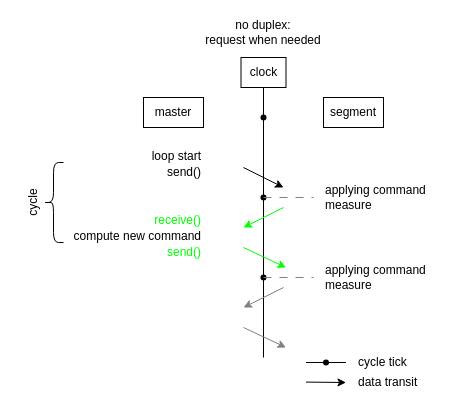
Before: page "cycle-exchange-noduplex" (11 of 13) of schemes.drawio in jimy-byerley/etherage, a draw.io diagram. Source tidied: cells renumbered, new cells numbered last; positions are measured from the earlier drawing's top-left corner, leaving out a move shared by most shapes. Both pictures are drawn from the tidied source at 100%, with x=0, y=0 at pixel (3, 17).
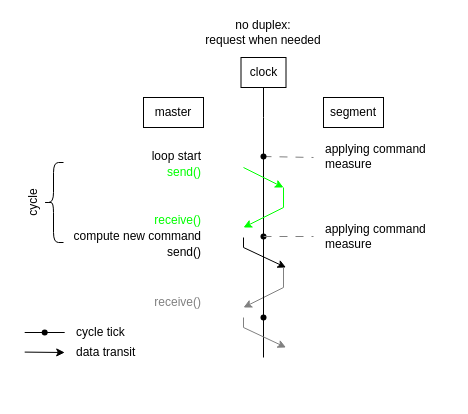
The same page after the edit.

The change refers to these unchanged cells:
```xml
<mxCell id="12" value="clock" style="text;html=1;align=center;verticalAlign=middle;whiteSpace=wrap;rounded=0;strokeColor=default;" parent="1" vertex="1">
  <mxGeometry x="237.5" y="40" width="45" height="30" as="geometry" />
</mxCell>
```

Change to the diagram source:
```diff
@@
+    <mxCell id="6" style="endArrow=none;html=1;rounded=0;" parent="1" edge="1" source="5" target="7">
+      <mxGeometry relative="1" as="geometry" />
+    </mxCell>
-    <mxCell id="2" style="endArrow=none;html=1;rounded=0;" parent="1" edge="1" source="7">
+    <mxCell id="2" style="endArrow=none;html=1;rounded=0;" parent="1" edge="1" source="36">
       <mxGeometry relative="1" as="geometry">
         <mxPoint x="260" y="340" as="targetPoint" />
       </mxGeometry>
     </mxCell>
-    <mxCell id="3" style="endArrow=none;html=1;rounded=0;exitX=0.5;exitY=1;exitDx=0;exitDy=0;" parent="1" edge="1" source="12" target="4">
-      <mxGeometry relative="1" as="geometry" />
+    <mxCell id="3" style="endArrow=none;html=1;rounded=0;exitX=0.5;exitY=1;exitDx=0;exitDy=0;" parent="1" edge="1" source="12">
+      <mxGeometry relative="1" as="geometry">
+        <mxPoint x="260" y="100" as="targetPoint" />
+      </mxGeometry>
     </mxCell>
-    <mxCell id="4" style="shape=waypoint;sketch=0;fillStyle=solid;size=6;points=[];fillColor=none;perimeter=centerPerimeter;snapToPoint=1;" parent="1" vertex="1">
-      <mxGeometry x="250" y="90" width="20" height="20" as="geometry" />
-    </mxCell>
-    <mxCell id="5" style="shape=waypoint;sketch=0;fillStyle=solid;size=6;points=[];fillColor=none;perimeter=centerPerimeter;snapToPoint=1;" parent="1" vertex="1">
-      <mxGeometry x="250" y="170" width="20" height="20" as="geometry" />
-    </mxCell>
-    <mxCell id="6" style="endArrow=none;html=1;rounded=0;" parent="1" edge="1" source="4" target="7">
-      <mxGeometry relative="1" as="geometry" />
-    </mxCell>
     <mxCell id="7" style="shape=waypoint;sketch=0;fillStyle=solid;size=6;points=[];fillColor=none;perimeter=centerPerimeter;snapToPoint=1;" parent="1" vertex="1">
-      <mxGeometry x="250" y="250" width="20" height="20" as="geometry" />
+      <mxGeometry x="250" y="209" width="20" height="20" as="geometry" />
     </mxCell>
-    <mxCell id="8" value="send()" style="text;html=1;align=right;verticalAlign=middle;whiteSpace=wrap;rounded=0;" parent="1" vertex="1">
+    <mxCell id="8" value="send()" style="text;html=1;align=right;verticalAlign=middle;whiteSpace=wrap;rounded=0;fontColor=#00FF00;" parent="1" vertex="1">
       <mxGeometry x="90" y="140" width="110" height="30" as="geometry" />
     </mxCell>
     <mxCell id="9" style="endArrow=none;html=1;rounded=0;dashed=1;dashPattern=8 8;strokeColor=#808080;exitX=0.7;exitY=0.7;exitDx=0;exitDy=0;exitPerimeter=0;" parent="1" edge="1" source="7">
       <mxGeometry relative="1" as="geometry">
-        <mxPoint x="310" y="260" as="targetPoint" />
+        <mxPoint x="310" y="219" as="targetPoint" />
       </mxGeometry>
     </mxCell>
@@
     <mxCell id="13" style="endArrow=classic;html=1;rounded=0;" parent="1" edge="1">
       <mxGeometry relative="1" as="geometry">
-        <mxPoint x="302.5" y="364.6" as="sourcePoint" />
-        <mxPoint x="342.5" y="365" as="targetPoint" />
+        <mxPoint x="21.2" y="334.6" as="sourcePoint" />
+        <mxPoint x="61.2" y="335" as="targetPoint" />
       </mxGeometry>
     </mxCell>
     <mxCell id="14" value="data transit" style="text;html=1;align=left;verticalAlign=middle;whiteSpace=wrap;rounded=0;" parent="1" vertex="1">
-      <mxGeometry x="352.5" y="350" width="95" height="30" as="geometry" />
+      <mxGeometry x="71.2" y="320" width="95" height="30" as="geometry" />
     </mxCell>
     <mxCell id="15" style="endArrow=none;html=1;rounded=0;" parent="1" edge="1" source="18">
       <mxGeometry relative="1" as="geometry">
-        <mxPoint x="342.5" y="345" as="targetPoint" />
+        <mxPoint x="61.2" y="315" as="targetPoint" />
       </mxGeometry>
     </mxCell>
     <mxCell id="16" value="cycle tick" style="text;html=1;align=left;verticalAlign=middle;whiteSpace=wrap;rounded=0;" parent="1" vertex="1">
-      <mxGeometry x="352.5" y="330" width="95" height="30" as="geometry" />
+      <mxGeometry x="71.2" y="300" width="95" height="30" as="geometry" />
     </mxCell>
     <mxCell id="17" style="endArrow=none;html=1;rounded=0;" parent="1" edge="1" target="18">
       <mxGeometry relative="1" as="geometry">
-        <mxPoint x="302.5" y="345" as="sourcePoint" />
+        <mxPoint x="21.2" y="315" as="sourcePoint" />
       </mxGeometry>
     </mxCell>
     <mxCell id="18" style="shape=waypoint;sketch=0;fillStyle=solid;size=6;points=[];fillColor=none;perimeter=centerPerimeter;snapToPoint=1;" parent="1" vertex="1">
-      <mxGeometry x="312.5" y="335" width="20" height="20" as="geometry" />
+      <mxGeometry x="31.2" y="305" width="20" height="20" as="geometry" />
     </mxCell>
-    <mxCell id="19" value="send()" style="text;html=1;align=right;verticalAlign=middle;whiteSpace=wrap;rounded=0;fontColor=#00FF00;strokeColor=none;" parent="1" vertex="1">
+    <mxCell id="19" value="send()" style="text;html=1;align=right;verticalAlign=middle;whiteSpace=wrap;rounded=0;fontColor=default;strokeColor=none;" parent="1" vertex="1">
       <mxGeometry x="90" y="220" width="110" height="30" as="geometry" />
     </mxCell>
-    <mxCell id="20" style="endArrow=classic;html=1;rounded=0;" parent="1" edge="1">
+    <mxCell id="20" style="endArrow=classic;html=1;rounded=0;strokeColor=#00FF00;" parent="1" edge="1">
       <mxGeometry relative="1" as="geometry">
         <mxPoint x="240" y="150" as="sourcePoint" />
         <mxPoint x="280" y="170" as="targetPoint" />
       </mxGeometry>
     </mxCell>
     <mxCell id="21" style="endArrow=classic;html=1;rounded=0;fontColor=#00FF00;strokeColor=#00FF00;" parent="1" edge="1">
       <mxGeometry relative="1" as="geometry">
-        <mxPoint x="280" y="190" as="sourcePoint" />
+        <mxPoint x="280" y="170" as="sourcePoint" />
         <mxPoint x="240" y="210" as="targetPoint" />
+        <Array as="points">
+          <mxPoint x="280" y="190" />
+        </Array>
       </mxGeometry>
     </mxCell>
-    <mxCell id="22" style="endArrow=classic;html=1;rounded=0;fontColor=#00FF00;strokeColor=#00FF00;" parent="1" edge="1">
+    <mxCell id="22" style="endArrow=classic;html=1;rounded=0;fontColor=#00FF00;strokeColor=default;" parent="1" edge="1">
       <mxGeometry relative="1" as="geometry">
-        <mxPoint x="240" y="230" as="sourcePoint" />
+        <mxPoint x="240" y="220" as="sourcePoint" />
         <mxPoint x="282.5" y="250" as="targetPoint" />
+        <Array as="points">
+          <mxPoint x="240" y="230" />
+        </Array>
       </mxGeometry>
     </mxCell>
     <mxCell id="23" style="endArrow=classic;html=1;rounded=0;strokeColor=#808080;" parent="1" edge="1">
       <mxGeometry relative="1" as="geometry">
-        <mxPoint x="280" y="270" as="sourcePoint" />
+        <mxPoint x="280" y="250" as="sourcePoint" />
         <mxPoint x="240" y="290" as="targetPoint" />
+        <Array as="points">
+          <mxPoint x="280" y="270" />
+        </Array>
       </mxGeometry>
     </mxCell>
@@
     <mxCell id="26" value="applying command&lt;div&gt;measure&lt;/div&gt;" style="text;html=1;align=left;verticalAlign=middle;whiteSpace=wrap;rounded=0;fontColor=default;" parent="1" vertex="1">
-      <mxGeometry x="320" y="165" width="110" height="30" as="geometry" />
+      <mxGeometry x="320" y="124" width="110" height="30" as="geometry" />
     </mxCell>
     <mxCell id="27" value="applying command&lt;div&gt;measure&lt;/div&gt;" style="text;html=1;align=left;verticalAlign=middle;whiteSpace=wrap;rounded=0;fontColor=default;" parent="1" vertex="1">
-      <mxGeometry x="320" y="245" width="110" height="30" as="geometry" />
+      <mxGeometry x="320" y="204" width="110" height="30" as="geometry" />
     </mxCell>
-    <mxCell id="28" style="endArrow=none;html=1;rounded=0;dashed=1;dashPattern=8 8;strokeColor=#808080;exitX=0.806;exitY=0.365;exitDx=0;exitDy=0;exitPerimeter=0;" parent="1" edge="1" source="5">
+    <mxCell id="28" style="endArrow=none;html=1;rounded=0;dashed=1;dashPattern=8 8;strokeColor=#808080;exitX=0.7;exitY=0.35;exitDx=0;exitDy=0;exitPerimeter=0;" parent="1" edge="1" source="5">
       <mxGeometry relative="1" as="geometry">
-        <mxPoint x="310" y="180" as="targetPoint" />
+        <mxPoint x="310" y="140" as="targetPoint" />
       </mxGeometry>
     </mxCell>
@@
     <mxCell id="33" style="endArrow=classic;html=1;rounded=0;fontColor=#00FF00;strokeColor=#808080;" parent="1" edge="1">
       <mxGeometry relative="1" as="geometry">
-        <mxPoint x="240" y="310" as="sourcePoint" />
+        <mxPoint x="240" y="300" as="sourcePoint" />
         <mxPoint x="282.5" y="330" as="targetPoint" />
+        <Array as="points">
+          <mxPoint x="240" y="310" />
+        </Array>
       </mxGeometry>
     </mxCell>
+    <mxCell id="34" style="endArrow=none;html=1;rounded=0;" parent="1" edge="1" target="5">
+      <mxGeometry relative="1" as="geometry">
+        <mxPoint x="260" y="100" as="sourcePoint" />
+      </mxGeometry>
+    </mxCell>
+    <mxCell id="5" style="shape=waypoint;sketch=0;fillStyle=solid;size=6;points=[];fillColor=none;perimeter=centerPerimeter;snapToPoint=1;" parent="1" vertex="1">
+      <mxGeometry x="250" y="129" width="20" height="20" as="geometry" />
+    </mxCell>
+    <mxCell id="35" style="endArrow=none;html=1;rounded=0;" parent="1" edge="1" source="7" target="36">
+      <mxGeometry relative="1" as="geometry" />
+    </mxCell>
+    <mxCell id="36" style="shape=waypoint;sketch=0;fillStyle=solid;size=6;points=[];fillColor=none;perimeter=centerPerimeter;snapToPoint=1;" parent="1" vertex="1">
+      <mxGeometry x="250" y="290" width="20" height="20" as="geometry" />
+    </mxCell>
+    <mxCell id="37" value="receive()" style="text;html=1;align=right;verticalAlign=middle;whiteSpace=wrap;rounded=0;fontColor=#808080;strokeColor=none;" parent="1" vertex="1">
+      <mxGeometry x="90" y="270" width="110" height="30" as="geometry" />
+    </mxCell>
```
